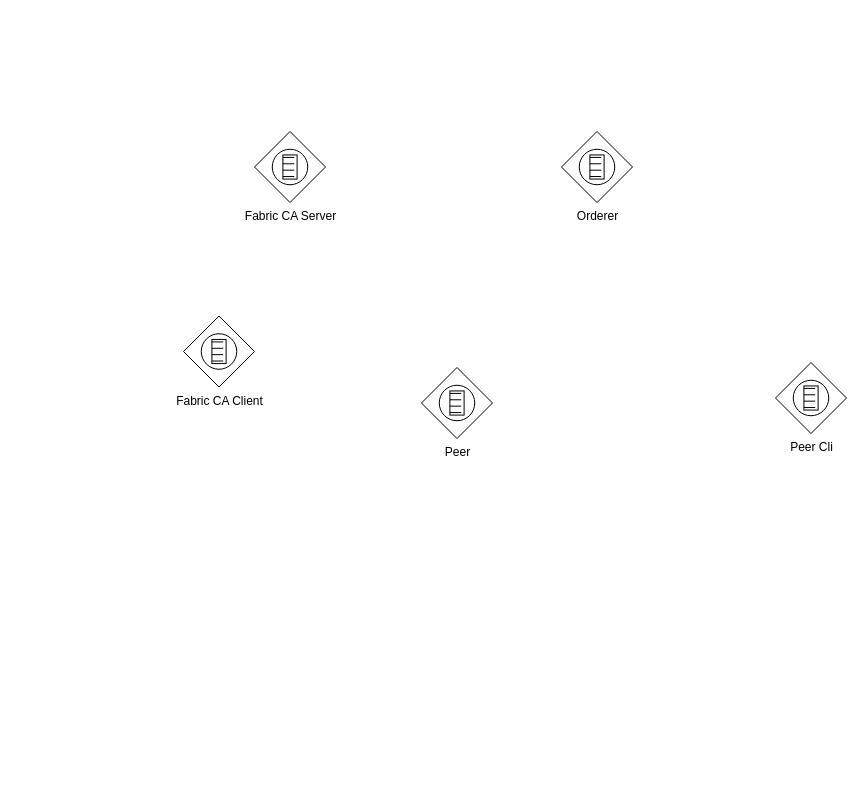
Earlier version of the draw.io diagram fabric-ca-orderer-peer.drawio (yiuked/diagram). Source tidied: cells renumbered, new cells numbered last; positions are measured from the earlier drawing's top-left corner, leaving out a move shared by most shapes. Both pictures are drawn from the tidied source at 100%, with x=0, y=0 at pixel (183, 131).
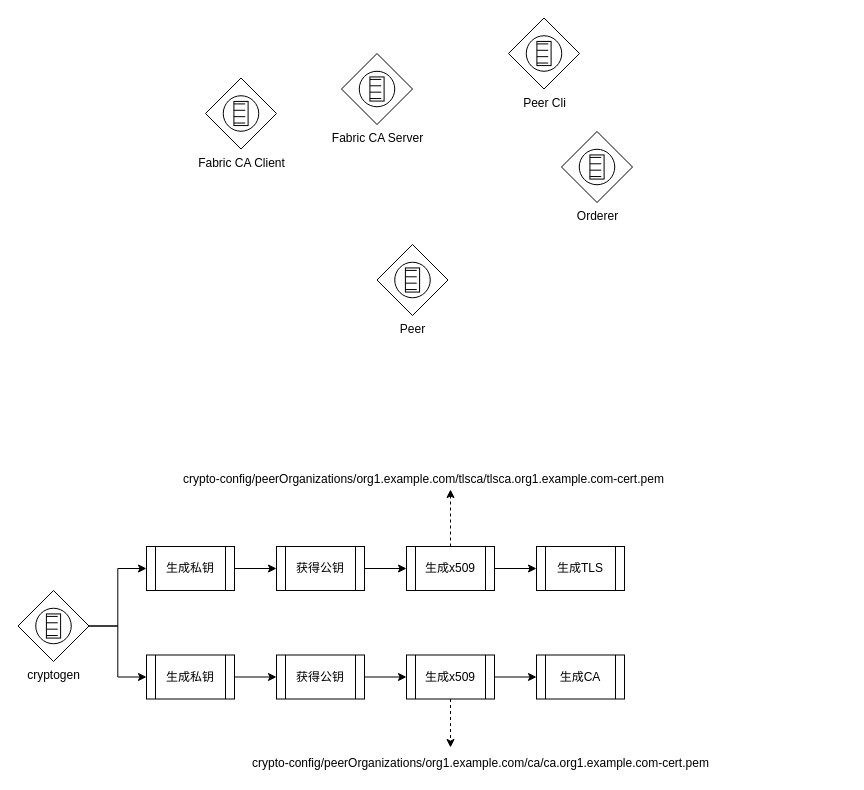
The same diagram, later.

Change to the diagram source:
```diff
@@
     <mxCell id="2" value="Fabric CA Server" style="shape=mxgraph.bpmn.shape;html=1;verticalLabelPosition=bottom;labelBackgroundColor=#ffffff;verticalAlign=top;align=center;perimeter=rhombusPerimeter;background=gateway;outline=standard;symbol=conditional;" parent="1" vertex="1">
-      <mxGeometry x="71" width="71" height="71" as="geometry" />
+      <mxGeometry x="158" y="-78" width="71" height="71" as="geometry" />
     </mxCell>
@@
     <mxCell id="4" value="Peer&lt;br&gt;" style="shape=mxgraph.bpmn.shape;html=1;verticalLabelPosition=bottom;labelBackgroundColor=#ffffff;verticalAlign=top;align=center;perimeter=rhombusPerimeter;background=gateway;outline=standard;symbol=conditional;" parent="1" vertex="1">
-      <mxGeometry x="238" y="236" width="71" height="71" as="geometry" />
+      <mxGeometry x="193.5" y="113" width="71" height="71" as="geometry" />
     </mxCell>
     <mxCell id="5" value="Fabric CA Client&lt;br&gt;" style="shape=mxgraph.bpmn.shape;html=1;verticalLabelPosition=bottom;labelBackgroundColor=#ffffff;verticalAlign=top;align=center;perimeter=rhombusPerimeter;background=gateway;outline=standard;symbol=conditional;" parent="1" vertex="1">
-      <mxGeometry y="184.5" width="71" height="71" as="geometry" />
+      <mxGeometry x="22" y="-53.5" width="71" height="71" as="geometry" />
     </mxCell>
     <mxCell id="6" value="Peer Cli" style="shape=mxgraph.bpmn.shape;html=1;verticalLabelPosition=bottom;labelBackgroundColor=#ffffff;verticalAlign=top;align=center;perimeter=rhombusPerimeter;background=gateway;outline=standard;symbol=conditional;" parent="1" vertex="1">
-      <mxGeometry x="592" y="231" width="71" height="71" as="geometry" />
+      <mxGeometry x="325" y="-113.5" width="71" height="71" as="geometry" />
     </mxCell>
+    <mxCell id="7" style="edgeStyle=orthogonalEdgeStyle;rounded=0;jettySize=auto;html=1;exitX=1;exitY=0.5;exitDx=0;exitDy=0;" parent="1" edge="1" source="9" target="11">
+      <mxGeometry relative="1" as="geometry" />
+    </mxCell>
+    <mxCell id="8" style="edgeStyle=orthogonalEdgeStyle;rounded=0;jettySize=auto;html=1;exitX=1;exitY=0.5;exitDx=0;exitDy=0;" parent="1" edge="1" source="9" target="19">
+      <mxGeometry relative="1" as="geometry" />
+    </mxCell>
+    <mxCell id="9" value="cryptogen" style="shape=mxgraph.bpmn.shape;html=1;verticalLabelPosition=bottom;labelBackgroundColor=#ffffff;verticalAlign=top;align=center;perimeter=rhombusPerimeter;background=gateway;outlineConnect=0;outline=standard;symbol=conditional;" parent="1" vertex="1">
+      <mxGeometry x="-165.5" y="459" width="71" height="71" as="geometry" />
+    </mxCell>
+    <mxCell id="10" style="edgeStyle=orthogonalEdgeStyle;rounded=0;jettySize=auto;html=1;exitX=1;exitY=0.5;exitDx=0;exitDy=0;" parent="1" edge="1" source="11" target="13">
+      <mxGeometry relative="1" as="geometry" />
+    </mxCell>
+    <mxCell id="11" value="生成私钥" style="shape=process;whiteSpace=wrap;html=1;backgroundOutline=1;" parent="1" vertex="1">
+      <mxGeometry x="-37" y="523.5" width="88" height="44" as="geometry" />
+    </mxCell>
+    <mxCell id="12" style="edgeStyle=orthogonalEdgeStyle;rounded=0;jettySize=auto;html=1;exitX=1;exitY=0.5;exitDx=0;exitDy=0;" parent="1" edge="1" source="13" target="16">
+      <mxGeometry relative="1" as="geometry" />
+    </mxCell>
+    <mxCell id="13" value="获得公钥" style="shape=process;whiteSpace=wrap;html=1;backgroundOutline=1;" parent="1" vertex="1">
+      <mxGeometry x="93" y="523.5" width="88" height="44" as="geometry" />
+    </mxCell>
+    <mxCell id="14" style="edgeStyle=orthogonalEdgeStyle;rounded=0;jettySize=auto;html=1;exitX=1;exitY=0.5;exitDx=0;exitDy=0;" parent="1" edge="1" source="16" target="17">
+      <mxGeometry relative="1" as="geometry" />
+    </mxCell>
+    <mxCell id="15" style="edgeStyle=orthogonalEdgeStyle;rounded=0;jettySize=auto;html=1;exitX=0.5;exitY=1;exitDx=0;exitDy=0;dashed=1;" parent="1" edge="1" source="16">
+      <mxGeometry relative="1" as="geometry">
+        <mxPoint x="267" y="616" as="targetPoint" />
+      </mxGeometry>
+    </mxCell>
+    <mxCell id="16" value="生成x509" style="shape=process;whiteSpace=wrap;html=1;backgroundOutline=1;" parent="1" vertex="1">
+      <mxGeometry x="223" y="523.5" width="88" height="44" as="geometry" />
+    </mxCell>
+    <mxCell id="17" value="生成CA" style="shape=process;whiteSpace=wrap;html=1;backgroundOutline=1;" parent="1" vertex="1">
+      <mxGeometry x="353" y="523.5" width="88" height="44" as="geometry" />
+    </mxCell>
+    <mxCell id="18" style="edgeStyle=orthogonalEdgeStyle;rounded=0;jettySize=auto;html=1;exitX=1;exitY=0.5;exitDx=0;exitDy=0;" parent="1" edge="1" source="19" target="21">
+      <mxGeometry relative="1" as="geometry" />
+    </mxCell>
+    <mxCell id="19" value="生成私钥" style="shape=process;whiteSpace=wrap;html=1;backgroundOutline=1;" parent="1" vertex="1">
+      <mxGeometry x="-37" y="415" width="88" height="44" as="geometry" />
+    </mxCell>
+    <mxCell id="20" style="edgeStyle=orthogonalEdgeStyle;rounded=0;jettySize=auto;html=1;exitX=1;exitY=0.5;exitDx=0;exitDy=0;" parent="1" edge="1" source="21" target="24">
+      <mxGeometry relative="1" as="geometry" />
+    </mxCell>
+    <mxCell id="21" value="获得公钥" style="shape=process;whiteSpace=wrap;html=1;backgroundOutline=1;" parent="1" vertex="1">
+      <mxGeometry x="93" y="415" width="88" height="44" as="geometry" />
+    </mxCell>
+    <mxCell id="22" style="edgeStyle=orthogonalEdgeStyle;rounded=0;jettySize=auto;html=1;exitX=1;exitY=0.5;exitDx=0;exitDy=0;" parent="1" edge="1" source="24" target="25">
+      <mxGeometry relative="1" as="geometry" />
+    </mxCell>
+    <mxCell id="23" style="edgeStyle=orthogonalEdgeStyle;rounded=0;jettySize=auto;html=1;exitX=0.5;exitY=0;exitDx=0;exitDy=0;dashed=1;" parent="1" edge="1" source="24" target="27">
+      <mxGeometry relative="1" as="geometry" />
+    </mxCell>
+    <mxCell id="24" value="生成x509" style="shape=process;whiteSpace=wrap;html=1;backgroundOutline=1;" parent="1" vertex="1">
+      <mxGeometry x="223" y="415" width="88" height="44" as="geometry" />
+    </mxCell>
+    <mxCell id="25" value="生成TLS" style="shape=process;whiteSpace=wrap;html=1;backgroundOutline=1;" parent="1" vertex="1">
+      <mxGeometry x="353" y="415" width="88" height="44" as="geometry" />
+    </mxCell>
+    <mxCell id="26" value="crypto-config/peerOrganizations/org1.example.com/ca/ca.&lt;span style=&quot;text-align: center&quot;&gt;org1.example.com-cert.pem&lt;/span&gt;" style="text;html=1;strokeColor=none;fillColor=none;align=left;verticalAlign=middle;whiteSpace=wrap;rounded=0;" parent="1" vertex="1">
+      <mxGeometry x="67" y="622" width="539" height="20" as="geometry" />
+    </mxCell>
+    <mxCell id="27" value="crypto-config/peerOrganizations/org1.example.com/tlsca/tlsca.&lt;span style=&quot;text-align: center&quot;&gt;org1.example.com-cert.pem&lt;/span&gt;" style="text;html=1;strokeColor=none;fillColor=none;align=left;verticalAlign=middle;whiteSpace=wrap;rounded=0;" parent="1" vertex="1">
+      <mxGeometry x="-2.5" y="338" width="539" height="20" as="geometry" />
+    </mxCell>
```
